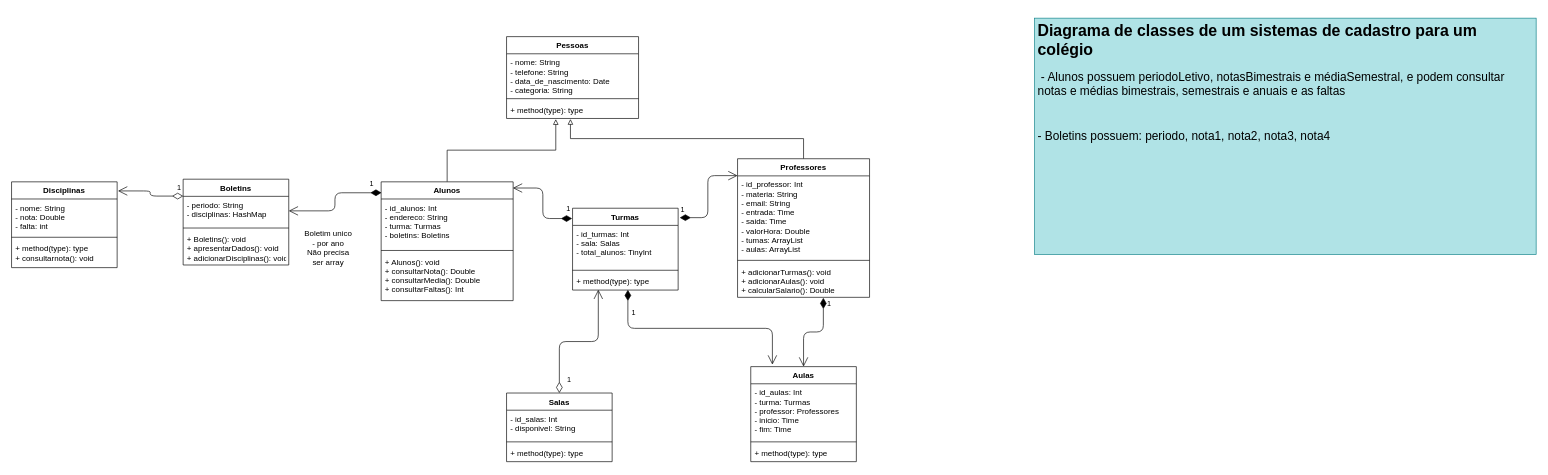
Earlier version of the draw.io diagram diagrama_classes2.drawio (moreirafelipe/dh-poo-checkpoint1). Source tidied: cells renumbered, new cells numbered last; positions are measured from the earlier drawing's top-left corner, leaving out a move shared by most shapes. Both pictures are drawn from the tidied source at 66%, with x=0, y=0 at pixel (11, 18).
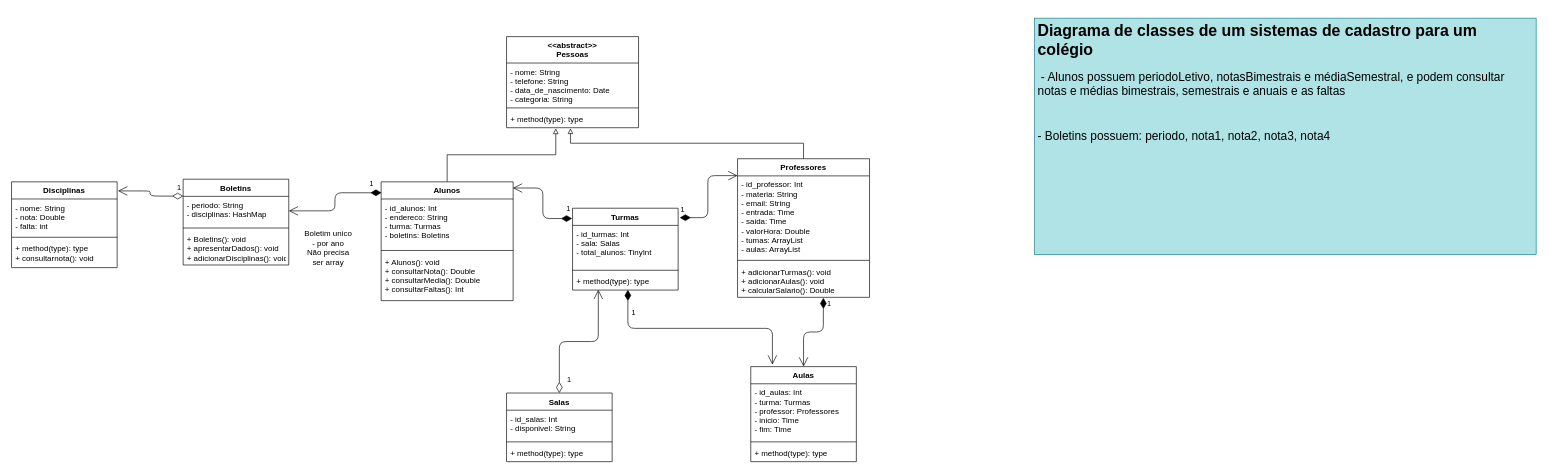
Above is the later version.

What changed in the source:
```diff
@@
-    <mxCell id="25" value="Pessoas" style="swimlane;fontStyle=1;align=center;verticalAlign=top;horizontal=1;startSize=26;" parent="1" vertex="1">
-      <mxGeometry x="750" y="28" width="200" height="124" as="geometry" />
+    <mxCell id="25" value="&lt;&lt;abstract&gt;&gt;&#10;Pessoas" style="swimlane;fontStyle=1;align=center;verticalAlign=top;horizontal=1;startSize=40;" parent="1" vertex="1">
+      <mxGeometry x="750" y="28" width="200" height="138" as="geometry" />
     </mxCell>
     <mxCell id="26" value="- nome: String&#10;- telefone: String&#10;- data_de_nascimento: Date&#10;- categoria: String&#10;" style="text;strokeColor=none;fillColor=none;align=left;verticalAlign=top;spacingLeft=4;spacingRight=4;overflow=hidden;" parent="25" vertex="1">
-      <mxGeometry y="26" width="200" height="64" as="geometry" />
+      <mxGeometry y="40" width="200" height="64" as="geometry" />
     </mxCell>
     <mxCell id="27" style="line;strokeWidth=1;fillColor=none;align=left;verticalAlign=middle;spacingTop=-1;spacingLeft=3;spacingRight=3;labelPosition=right;" parent="25" vertex="1">
-      <mxGeometry y="90" width="200" height="8" as="geometry" />
+      <mxGeometry y="104" width="200" height="8" as="geometry" />
     </mxCell>
     <mxCell id="28" value="+ method(type): type" style="text;strokeColor=none;fillColor=none;align=left;verticalAlign=top;spacingLeft=4;spacingRight=4;overflow=hidden;points=[[0,0.5],[1,0.5]];portConstraint=eastwest;" parent="25" vertex="1">
-      <mxGeometry y="98" width="200" height="26" as="geometry" />
+      <mxGeometry y="112" width="200" height="26" as="geometry" />
     </mxCell>
```
